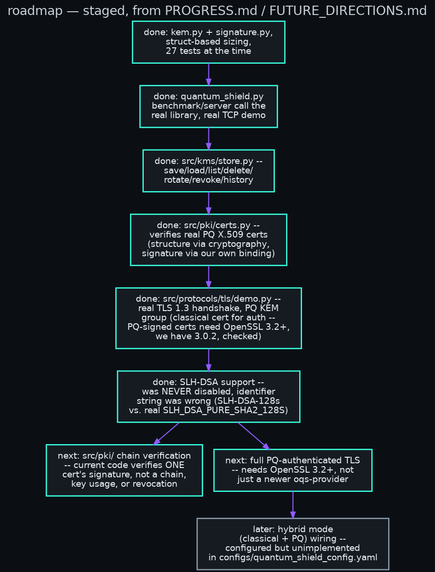
Earlier version of the Graphviz export diagrams/06-roadmap.png (danindiana/quantum-shield). Its source is kept beside it as diagrams/06-roadmap.dot. Source of this version:
```dot
digraph roadmap {
  bgcolor="#0b0f14";
  rankdir=TB;
  fontname="Helvetica";
  fontcolor="#c9d1d9";
  labelloc="t";
  label="roadmap — staged, from PROGRESS.md / FUTURE_DIRECTIONS.md";
  fontsize=20;
  node [style=filled, fillcolor="#161b22", color="#39ffe0", fontcolor="#e6edf3", fontname="Helvetica", penwidth=2, shape=box, margin="0.25,0.15"];
  edge [color="#8f5cff", fontcolor="#c9d1d9", fontname="Helvetica", penwidth=1.6, fontsize=11];

  done1 [label="done: kem.py + signature.py,\nstruct-based sizing,\n27 tests at the time", color="#39ffe0"];
  done2 [label="done: quantum_shield.py\nbenchmark/server call the\nreal library, real TCP demo", color="#39ffe0"];
  done3 [label="done: src/kms/store.py --\nsave/load/list/delete/\nrotate/revoke/history", color="#39ffe0"];
  done4 [label="done: src/pki/certs.py --\nverifies real PQ X.509 certs\n(structure via cryptography,\nsignature via our own binding)", color="#39ffe0"];
  done5 [label="done: src/protocols/tls/demo.py --\nreal TLS 1.3 handshake, PQ KEM\ngroup (classical cert for auth --\nPQ-signed certs need OpenSSL 3.2+,\nwe have 3.0.2, checked)", color="#39ffe0"];
  done6 [label="done: SLH-DSA support --\nwas NEVER disabled, identifier\nstring was wrong (SLH-DSA-128s\nvs. real SLH_DSA_PURE_SHA2_128S)", color="#39ffe0"];

  next1 [label="next: src/pki/ chain verification\n-- current code verifies ONE\ncert's signature, not a chain,\nkey usage, or revocation"];
  next2 [label="next: full PQ-authenticated TLS\n-- needs OpenSSL 3.2+, not\njust a newer oqs-provider"];
  hybrid [label="later: hybrid mode\n(classical + PQ) wiring --\nconfigured but unimplemented\nin configs/quantum_shield_config.yaml", color="#8a99a8"];

  done1 -> done2 -> done3 -> done4 -> done5 -> done6;
  done6 -> next1;
  done6 -> next2;
  next2 -> hybrid;
}
```
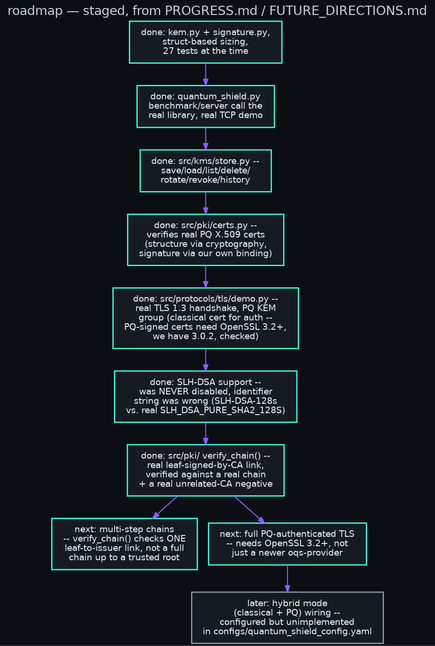
After the commit.

Change to the diagram source:
```diff
@@ -15,13 +15,14 @@
   done4 [label="done: src/pki/certs.py --\nverifies real PQ X.509 certs\n(structure via cryptography,\nsignature via our own binding)", color="#39ffe0"];
   done5 [label="done: src/protocols/tls/demo.py --\nreal TLS 1.3 handshake, PQ KEM\ngroup (classical cert for auth --\nPQ-signed certs need OpenSSL 3.2+,\nwe have 3.0.2, checked)", color="#39ffe0"];
   done6 [label="done: SLH-DSA support --\nwas NEVER disabled, identifier\nstring was wrong (SLH-DSA-128s\nvs. real SLH_DSA_PURE_SHA2_128S)", color="#39ffe0"];
+  done7 [label="done: src/pki/ verify_chain() --\nreal leaf-signed-by-CA link,\nverified against a real chain\n+ a real unrelated-CA negative", color="#39ffe0"];
 
-  next1 [label="next: src/pki/ chain verification\n-- current code verifies ONE\ncert's signature, not a chain,\nkey usage, or revocation"];
+  next1 [label="next: multi-step chains\n-- verify_chain() checks ONE\nleaf-to-issuer link, not a full\nchain up to a trusted root"];
   next2 [label="next: full PQ-authenticated TLS\n-- needs OpenSSL 3.2+, not\njust a newer oqs-provider"];
   hybrid [label="later: hybrid mode\n(classical + PQ) wiring --\nconfigured but unimplemented\nin configs/quantum_shield_config.yaml", color="#8a99a8"];
 
-  done1 -> done2 -> done3 -> done4 -> done5 -> done6;
-  done6 -> next1;
-  done6 -> next2;
+  done1 -> done2 -> done3 -> done4 -> done5 -> done6 -> done7;
+  done7 -> next1;
+  done7 -> next2;
   next2 -> hybrid;
 }
```
